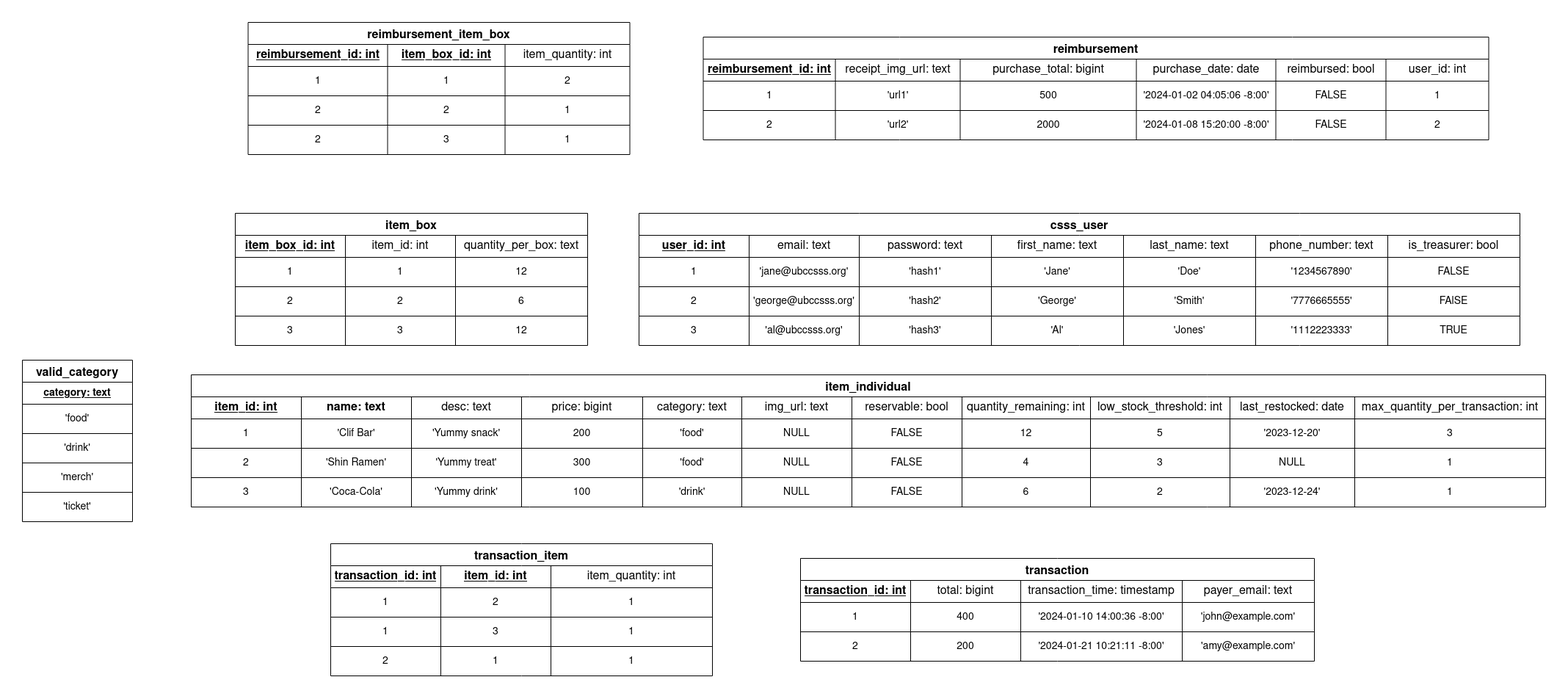
Before: design/database/test_data.png, a diagram exported from draw.io (ubccsss/Live-Inventory-System). Source tidied: cells renumbered, new cells last; positions are measured from the earlier drawing's top-left corner, leaving out a move shared by most shapes.
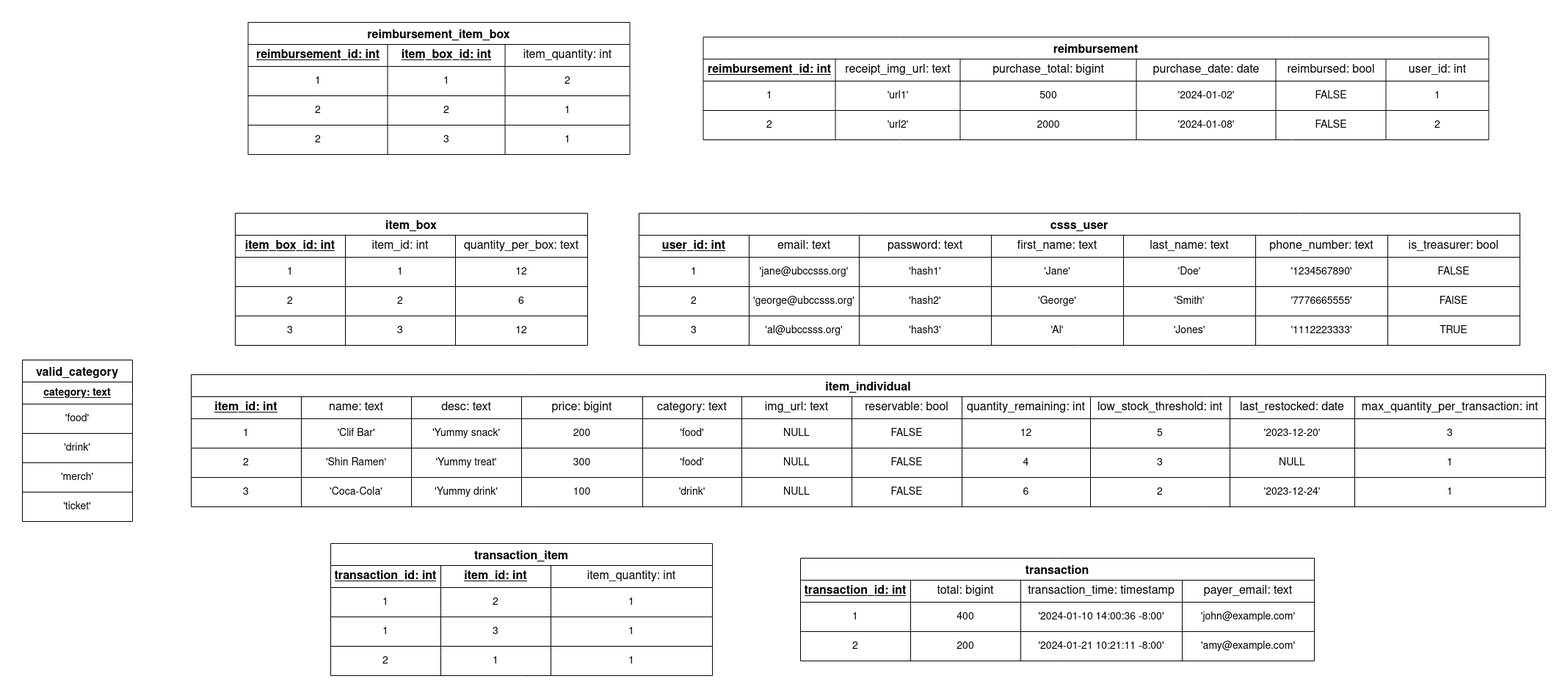
Later version of the same file.

Commit message:
Modify reimbursement test data to be date instead of timestamp

What changed in the source:
```diff
@@ -44,7 +44,7 @@
     <mxCell id="15" value="&lt;u&gt;&lt;b&gt;item_id: int&lt;br&gt;&lt;/b&gt;&lt;/u&gt;" style="shape=partialRectangle;html=1;whiteSpace=wrap;strokeColor=inherit;overflow=hidden;fillColor=none;top=0;left=0;bottom=0;right=0;fontSize=16;" parent="14" vertex="1">
       <mxGeometry width="150" height="30" as="geometry" />
     </mxCell>
-    <mxCell id="16" value="&lt;b&gt;name: text&lt;/b&gt;" style="shape=partialRectangle;html=1;whiteSpace=wrap;strokeColor=inherit;overflow=hidden;fillColor=none;top=0;left=0;bottom=0;right=0;fontSize=16;" parent="14" vertex="1">
+    <mxCell id="16" value="name: text" style="shape=partialRectangle;html=1;whiteSpace=wrap;strokeColor=inherit;overflow=hidden;fillColor=none;top=0;left=0;bottom=0;right=0;fontSize=16;" parent="14" vertex="1">
       <mxGeometry x="150" width="150" height="30" as="geometry" />
     </mxCell>
     <mxCell id="17" value="desc: text" style="shape=partialRectangle;html=1;whiteSpace=wrap;strokeColor=inherit;overflow=hidden;fillColor=none;top=0;left=0;bottom=0;right=0;fontSize=16;" parent="14" vertex="1">
@@ -467,7 +467,7 @@
     <mxCell id="156" value="500" style="shape=partialRectangle;html=1;whiteSpace=wrap;strokeColor=inherit;overflow=hidden;fillColor=none;top=0;left=0;bottom=0;right=0;fontSize=14;" parent="153" vertex="1">
       <mxGeometry x="350" width="240" height="40" as="geometry" />
     </mxCell>
-    <mxCell id="157" value="'2024-01-02 04:05:06 -8:00'" style="shape=partialRectangle;html=1;whiteSpace=wrap;strokeColor=inherit;overflow=hidden;fillColor=none;top=0;left=0;bottom=0;right=0;fontSize=14;" parent="153" vertex="1">
+    <mxCell id="157" value="'2024-01-02'" style="shape=partialRectangle;html=1;whiteSpace=wrap;strokeColor=inherit;overflow=hidden;fillColor=none;top=0;left=0;bottom=0;right=0;fontSize=14;" parent="153" vertex="1">
       <mxGeometry x="590" width="190" height="40" as="geometry" />
     </mxCell>
     <mxCell id="158" value="FALSE" style="shape=partialRectangle;html=1;whiteSpace=wrap;strokeColor=inherit;overflow=hidden;fillColor=none;top=0;left=0;bottom=0;right=0;fontSize=14;" parent="153" vertex="1">
@@ -488,7 +488,7 @@
     <mxCell id="163" value="2000" style="shape=partialRectangle;html=1;whiteSpace=wrap;strokeColor=inherit;overflow=hidden;fillColor=none;top=0;left=0;bottom=0;right=0;fontSize=14;" parent="160" vertex="1">
       <mxGeometry x="350" width="240" height="40" as="geometry" />
     </mxCell>
-    <mxCell id="164" value="'2024-01-08 15:20:00 -8:00'" style="shape=partialRectangle;html=1;whiteSpace=wrap;strokeColor=inherit;overflow=hidden;fillColor=none;top=0;left=0;bottom=0;right=0;fontSize=14;" parent="160" vertex="1">
+    <mxCell id="164" value="'2024-01-08'" style="shape=partialRectangle;html=1;whiteSpace=wrap;strokeColor=inherit;overflow=hidden;fillColor=none;top=0;left=0;bottom=0;right=0;fontSize=14;" parent="160" vertex="1">
       <mxGeometry x="590" width="190" height="40" as="geometry" />
     </mxCell>
     <mxCell id="165" value="FALSE" style="shape=partialRectangle;html=1;whiteSpace=wrap;strokeColor=inherit;overflow=hidden;fillColor=none;top=0;left=0;bottom=0;right=0;fontSize=14;" parent="160" vertex="1">
```
